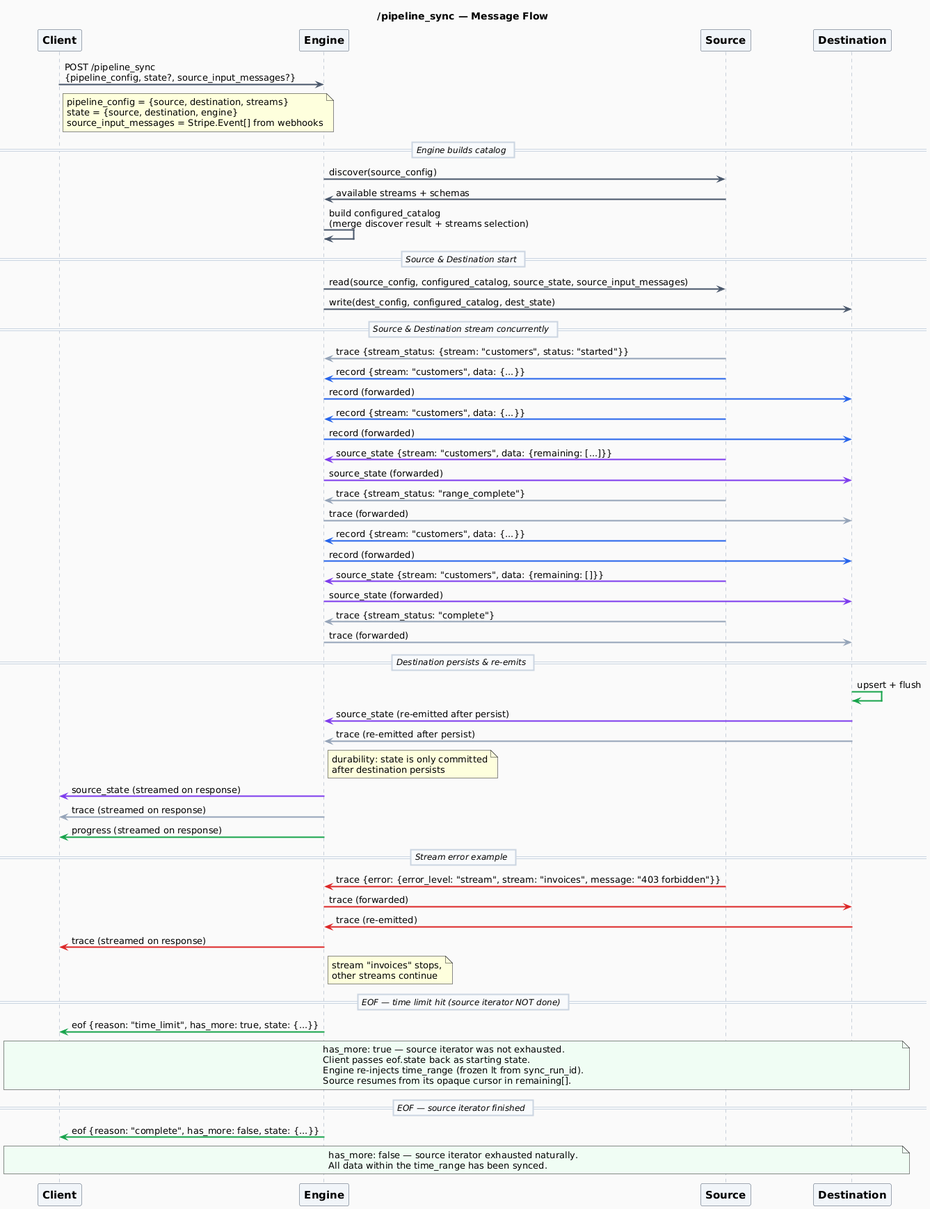
Earlier version of the PlantUML export docs/engine-refactor/state-flow.png (supabase/stripe-sync-engine). The source it was exported from:
```plantuml
@startuml
title /pipeline_sync — Message Flow

skinparam defaultFontName "Menlo"
skinparam defaultFontSize 13
skinparam backgroundColor #fafafa

skinparam sequence {
    ArrowThickness 2
    ParticipantPadding 40
    BoxPadding 10
    LifeLineBorderColor #94a3b8
    LifeLineBackgroundColor #fafafa

    ParticipantBackgroundColor #f1f5f9
    ParticipantBorderColor #475569
    ParticipantFontSize 15
    ParticipantFontStyle bold

    DividerBackgroundColor #f8fafc
    DividerBorderColor #cbd5e1
    DividerFontSize 12
    DividerFontStyle italic
}

participant Client as C
participant Engine as E
participant Source as S
participant Destination as D

C -[#475569]> E : POST /pipeline_sync\n{pipeline_config, state?, source_input_messages?}
note right of C #FEFFDD
  pipeline_config = {source, destination, streams}
  state = {source, destination, engine}
  source_input_messages = Stripe.Event[] from webhooks
end note

== Engine builds catalog ==

E -[#475569]> S : discover(source_config)
S -[#475569]> E : available streams + schemas
E -[#475569]> E : build configured_catalog\n(merge discover result + streams selection)

== Source & Destination start ==

E -[#475569]> S : read(source_config, configured_catalog, source_state, source_input_messages)
E -[#475569]> D : write(dest_config, configured_catalog, dest_state)

== Source & Destination stream concurrently ==

S -[#94a3b8]> E : trace {stream_status: {stream: "customers", status: "started"}}

S -[#2563eb]> E : record {stream: "customers", data: {...}}
E -[#2563eb]> D : record (forwarded)

S -[#2563eb]> E : record {stream: "customers", data: {...}}
E -[#2563eb]> D : record (forwarded)

S -[#7c3aed]> E : source_state {stream: "customers", data: {remaining: [...]}}
E -[#7c3aed]> D : source_state (forwarded)

S -[#94a3b8]> E : trace {stream_status: "range_complete"}
E -[#94a3b8]> D : trace (forwarded)

S -[#2563eb]> E : record {stream: "customers", data: {...}}
E -[#2563eb]> D : record (forwarded)

S -[#7c3aed]> E : source_state {stream: "customers", data: {remaining: []}}
E -[#7c3aed]> D : source_state (forwarded)

S -[#94a3b8]> E : trace {stream_status: "complete"}
E -[#94a3b8]> D : trace (forwarded)

== Destination persists & re-emits ==

D -[#16a34a]> D : upsert + flush
D -[#7c3aed]> E : source_state (re-emitted after persist)
D -[#94a3b8]> E : trace (re-emitted after persist)
note right of E #FEFFDD : durability: state is only committed\nafter destination persists

E -[#7c3aed]> C : source_state (streamed on response)
E -[#94a3b8]> C : trace (streamed on response)
E -[#16a34a]> C : progress (streamed on response)

== Stream error example ==

S -[#dc2626]> E : trace {error: {error_level: "stream", stream: "invoices", message: "403 forbidden"}}
E -[#dc2626]> D : trace (forwarded)
D -[#dc2626]> E : trace (re-emitted)
E -[#dc2626]> C : trace (streamed on response)
note right of E #FEFFDD : stream "invoices" stops,\nother streams continue

== EOF — time limit hit (source iterator NOT done) ==

E -[#16a34a]> C : eof {reason: "time_limit", has_more: true, state: {...}}

note over C, D #f0fdf4
  has_more: true — source iterator was not exhausted.
  Client passes eof.state back as starting state.
  Engine re-injects time_range (frozen lt from sync_run_id).
  Source resumes from its opaque cursor in remaining[].
end note

== EOF — source iterator finished ==

E -[#16a34a]> C : eof {reason: "complete", has_more: false, state: {...}}

note over C, D #f0fdf4
  has_more: false — source iterator exhausted naturally.
  All data within the time_range has been synced.
end note

@enduml
```
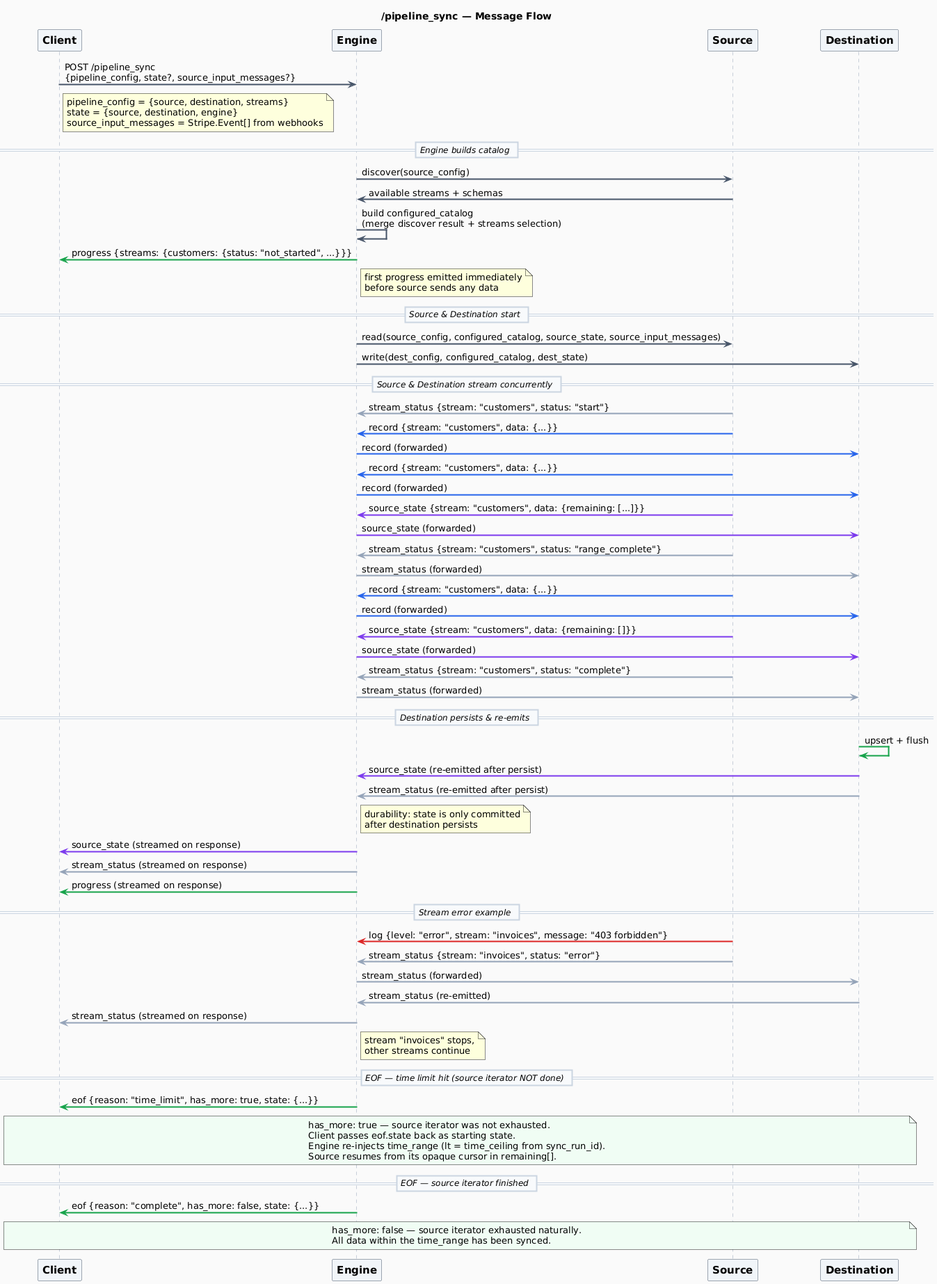
After the commit.

Commit message:
docs: simplify protocol — remove trace, promote stream_status, clarify error handling

The edit, as a diff of the source:
```diff
@@ -41,6 +41,9 @@
 S -[#475569]> E : available streams + schemas
 E -[#475569]> E : build configured_catalog\n(merge discover result + streams selection)
 
+E -[#16a34a]> C : progress {streams: {customers: {status: "not_started", ...}}}
+note right of E #FEFFDD : first progress emitted immediately\nbefore source sends any data
+
 == Source & Destination start ==
 
 E -[#475569]> S : read(source_config, configured_catalog, source_state, source_input_messages)
@@ -48,7 +51,7 @@
 
 == Source & Destination stream concurrently ==
 
-S -[#94a3b8]> E : trace {stream_status: {stream: "customers", status: "started"}}
+S -[#94a3b8]> E : stream_status {stream: "customers", status: "start"}
 
 S -[#2563eb]> E : record {stream: "customers", data: {...}}
 E -[#2563eb]> D : record (forwarded)
@@ -59,8 +62,8 @@
 S -[#7c3aed]> E : source_state {stream: "customers", data: {remaining: [...]}}
 E -[#7c3aed]> D : source_state (forwarded)
 
-S -[#94a3b8]> E : trace {stream_status: "range_complete"}
-E -[#94a3b8]> D : trace (forwarded)
+S -[#94a3b8]> E : stream_status {stream: "customers", status: "range_complete"}
+E -[#94a3b8]> D : stream_status (forwarded)
 
 S -[#2563eb]> E : record {stream: "customers", data: {...}}
 E -[#2563eb]> D : record (forwarded)
@@ -68,26 +71,27 @@
 S -[#7c3aed]> E : source_state {stream: "customers", data: {remaining: []}}
 E -[#7c3aed]> D : source_state (forwarded)
 
-S -[#94a3b8]> E : trace {stream_status: "complete"}
-E -[#94a3b8]> D : trace (forwarded)
+S -[#94a3b8]> E : stream_status {stream: "customers", status: "complete"}
+E -[#94a3b8]> D : stream_status (forwarded)
 
 == Destination persists & re-emits ==
 
 D -[#16a34a]> D : upsert + flush
 D -[#7c3aed]> E : source_state (re-emitted after persist)
-D -[#94a3b8]> E : trace (re-emitted after persist)
+D -[#94a3b8]> E : stream_status (re-emitted after persist)
 note right of E #FEFFDD : durability: state is only committed\nafter destination persists
 
 E -[#7c3aed]> C : source_state (streamed on response)
-E -[#94a3b8]> C : trace (streamed on response)
+E -[#94a3b8]> C : stream_status (streamed on response)
 E -[#16a34a]> C : progress (streamed on response)
 
 == Stream error example ==
 
-S -[#dc2626]> E : trace {error: {error_level: "stream", stream: "invoices", message: "403 forbidden"}}
-E -[#dc2626]> D : trace (forwarded)
-D -[#dc2626]> E : trace (re-emitted)
-E -[#dc2626]> C : trace (streamed on response)
+S -[#dc2626]> E : log {level: "error", stream: "invoices", message: "403 forbidden"}
+S -[#94a3b8]> E : stream_status {stream: "invoices", status: "error"}
+E -[#94a3b8]> D : stream_status (forwarded)
+D -[#94a3b8]> E : stream_status (re-emitted)
+E -[#94a3b8]> C : stream_status (streamed on response)
 note right of E #FEFFDD : stream "invoices" stops,\nother streams continue
 
 == EOF — time limit hit (source iterator NOT done) ==
@@ -97,7 +101,7 @@
 note over C, D #f0fdf4
   has_more: true — source iterator was not exhausted.
   Client passes eof.state back as starting state.
-  Engine re-injects time_range (frozen lt from sync_run_id).
+  Engine re-injects time_range (lt = time_ceiling from sync_run_id).
   Source resumes from its opaque cursor in remaining[].
 end note
 
```
